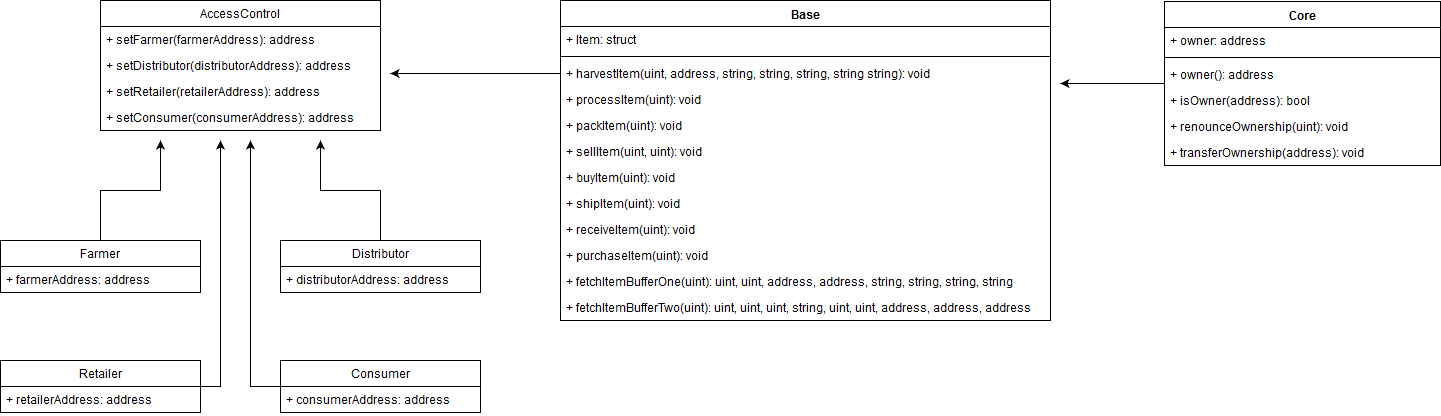
Above: UML/ClassDiagram.png in Phong-Hua/Fair-Trade-Coffee (draw.io), before the change. Source tidied: cells renumbered, new cells last; positions are measured from the earlier drawing's top-left corner, leaving out a move shared by most shapes. Its diagram source:
```xml
<mxGraphModel>
  <root>
    <mxCell id="0" />
    <mxCell id="1" parent="0" />
    <mxCell id="2" style="edgeStyle=orthogonalEdgeStyle;rounded=0;jettySize=auto;html=1;" parent="1" edge="1" source="3">
      <mxGeometry relative="1" as="geometry">
        <mxPoint x="160" y="140" as="targetPoint" />
      </mxGeometry>
    </mxCell>
    <mxCell id="3" value="Farmer" style="swimlane;fontStyle=0;horizontal=1;startSize=26;fillColor=none;" parent="1" vertex="1">
      <mxGeometry y="240" width="200" height="52" as="geometry" />
    </mxCell>
    <mxCell id="4" value="+ farmerAddress: address" style="text;strokeColor=none;fillColor=none;align=left;verticalAlign=top;spacingLeft=4;spacingRight=4;overflow=hidden;" parent="3" vertex="1">
      <mxGeometry y="26" width="200" height="26" as="geometry" />
    </mxCell>
    <mxCell id="5" style="edgeStyle=orthogonalEdgeStyle;rounded=0;jettySize=auto;html=1;" parent="1" edge="1" source="6">
      <mxGeometry relative="1" as="geometry">
        <mxPoint x="320" y="140" as="targetPoint" />
      </mxGeometry>
    </mxCell>
    <mxCell id="6" value="Distributor" style="swimlane;fontStyle=0;horizontal=1;startSize=26;fillColor=none;" parent="1" vertex="1">
      <mxGeometry x="280" y="240" width="200" height="52" as="geometry" />
    </mxCell>
    <mxCell id="7" value="+ distributorAddress: address" style="text;strokeColor=none;fillColor=none;align=left;verticalAlign=top;spacingLeft=4;spacingRight=4;overflow=hidden;" parent="6" vertex="1">
      <mxGeometry y="26" width="200" height="26" as="geometry" />
    </mxCell>
    <mxCell id="8" style="edgeStyle=orthogonalEdgeStyle;rounded=0;jettySize=auto;html=1;" parent="1" edge="1" source="9">
      <mxGeometry relative="1" as="geometry">
        <mxPoint x="220" y="140" as="targetPoint" />
      </mxGeometry>
    </mxCell>
    <mxCell id="9" value="Retailer" style="swimlane;fontStyle=0;horizontal=1;startSize=26;fillColor=none;" parent="1" vertex="1">
      <mxGeometry y="360" width="200" height="52" as="geometry" />
    </mxCell>
    <mxCell id="10" value="+ retailerAddress: address" style="text;strokeColor=none;fillColor=none;align=left;verticalAlign=top;spacingLeft=4;spacingRight=4;overflow=hidden;" parent="9" vertex="1">
      <mxGeometry y="26" width="200" height="26" as="geometry" />
    </mxCell>
    <mxCell id="11" style="edgeStyle=orthogonalEdgeStyle;rounded=0;jettySize=auto;html=1;" parent="1" edge="1" source="12">
      <mxGeometry relative="1" as="geometry">
        <mxPoint x="250" y="140" as="targetPoint" />
      </mxGeometry>
    </mxCell>
    <mxCell id="12" value="Consumer" style="swimlane;fontStyle=0;horizontal=1;startSize=26;fillColor=none;" parent="1" vertex="1">
      <mxGeometry x="280" y="360" width="200" height="52" as="geometry" />
    </mxCell>
    <mxCell id="13" value="+ consumerAddress: address" style="text;strokeColor=none;fillColor=none;align=left;verticalAlign=top;spacingLeft=4;spacingRight=4;overflow=hidden;" parent="12" vertex="1">
      <mxGeometry y="26" width="200" height="26" as="geometry" />
    </mxCell>
    <mxCell id="14" value="AccessControl" style="swimlane;fontStyle=0;horizontal=1;startSize=26;fillColor=none;" parent="1" vertex="1">
      <mxGeometry x="100" width="280" height="130" as="geometry" />
    </mxCell>
    <mxCell id="15" value="+ setFarmer(farmerAddress): address" style="text;strokeColor=none;fillColor=none;align=left;verticalAlign=top;spacingLeft=4;spacingRight=4;overflow=hidden;" parent="14" vertex="1">
      <mxGeometry y="26" width="280" height="26" as="geometry" />
    </mxCell>
    <mxCell id="16" value="+ setDistributor(distributorAddress): address" style="text;strokeColor=none;fillColor=none;align=left;verticalAlign=top;spacingLeft=4;spacingRight=4;overflow=hidden;" parent="14" vertex="1">
      <mxGeometry y="52" width="280" height="26" as="geometry" />
    </mxCell>
    <mxCell id="17" value="+ setRetailer(retailerAddress): address" style="text;strokeColor=none;fillColor=none;align=left;verticalAlign=top;spacingLeft=4;spacingRight=4;overflow=hidden;" parent="14" vertex="1">
      <mxGeometry y="78" width="280" height="26" as="geometry" />
    </mxCell>
    <mxCell id="18" value="+ setConsumer(consumerAddress): address" style="text;strokeColor=none;fillColor=none;align=left;verticalAlign=top;spacingLeft=4;spacingRight=4;overflow=hidden;" parent="14" vertex="1">
      <mxGeometry y="104" width="280" height="26" as="geometry" />
    </mxCell>
    <mxCell id="19" value="Base" style="swimlane;fontStyle=1;align=center;verticalAlign=top;horizontal=1;startSize=26;" parent="1" vertex="1">
      <mxGeometry x="560" width="490" height="320" as="geometry" />
    </mxCell>
    <mxCell id="20" value="+ Item: struct" style="text;strokeColor=none;fillColor=none;align=left;verticalAlign=top;spacingLeft=4;spacingRight=4;overflow=hidden;" parent="19" vertex="1">
      <mxGeometry y="26" width="490" height="26" as="geometry" />
    </mxCell>
    <mxCell id="21" style="line;strokeWidth=1;fillColor=none;align=left;verticalAlign=middle;spacingTop=-1;spacingLeft=3;spacingRight=3;labelPosition=right;" parent="19" vertex="1">
      <mxGeometry y="52" width="490" height="8" as="geometry" />
    </mxCell>
    <mxCell id="22" value="+ harvestItem(uint, address, string, string, string, string string): void" style="text;strokeColor=none;fillColor=none;align=left;verticalAlign=top;spacingLeft=4;spacingRight=4;overflow=hidden;points=[[0,0.5],[1,0.5]];portConstraint=eastwest;" parent="19" vertex="1">
      <mxGeometry y="60" width="490" height="26" as="geometry" />
    </mxCell>
    <mxCell id="23" value="+ processItem(uint): void" style="text;strokeColor=none;fillColor=none;align=left;verticalAlign=top;spacingLeft=4;spacingRight=4;overflow=hidden;" parent="19" vertex="1">
      <mxGeometry y="86" width="490" height="26" as="geometry" />
    </mxCell>
    <mxCell id="24" value="+ packItem(uint): void" style="text;strokeColor=none;fillColor=none;align=left;verticalAlign=top;spacingLeft=4;spacingRight=4;overflow=hidden;" parent="19" vertex="1">
      <mxGeometry y="112" width="490" height="26" as="geometry" />
    </mxCell>
    <mxCell id="25" value="+ sellItem(uint, uint): void" style="text;strokeColor=none;fillColor=none;align=left;verticalAlign=top;spacingLeft=4;spacingRight=4;overflow=hidden;" parent="19" vertex="1">
      <mxGeometry y="138" width="490" height="26" as="geometry" />
    </mxCell>
    <mxCell id="26" value="+ buyItem(uint): void" style="text;strokeColor=none;fillColor=none;align=left;verticalAlign=top;spacingLeft=4;spacingRight=4;overflow=hidden;" parent="19" vertex="1">
      <mxGeometry y="164" width="490" height="26" as="geometry" />
    </mxCell>
    <mxCell id="27" value="+ shipItem(uint): void" style="text;strokeColor=none;fillColor=none;align=left;verticalAlign=top;spacingLeft=4;spacingRight=4;overflow=hidden;" parent="19" vertex="1">
      <mxGeometry y="190" width="490" height="26" as="geometry" />
    </mxCell>
    <mxCell id="28" value="+ receiveItem(uint): void" style="text;strokeColor=none;fillColor=none;align=left;verticalAlign=top;spacingLeft=4;spacingRight=4;overflow=hidden;" parent="19" vertex="1">
      <mxGeometry y="216" width="490" height="26" as="geometry" />
    </mxCell>
    <mxCell id="29" value="+ purchaseItem(uint): void" style="text;strokeColor=none;fillColor=none;align=left;verticalAlign=top;spacingLeft=4;spacingRight=4;overflow=hidden;" parent="19" vertex="1">
      <mxGeometry y="242" width="490" height="26" as="geometry" />
    </mxCell>
    <mxCell id="30" value="+ fetchItemBufferOne(uint): uint, uint, address, address, string, string, string, string" style="text;strokeColor=none;fillColor=none;align=left;verticalAlign=top;spacingLeft=4;spacingRight=4;overflow=hidden;" parent="19" vertex="1">
      <mxGeometry y="268" width="490" height="26" as="geometry" />
    </mxCell>
    <mxCell id="31" value="+ fetchItemBufferTwo(uint): uint, uint, uint, string, uint, uint, address, address, address" style="text;strokeColor=none;fillColor=none;align=left;verticalAlign=top;spacingLeft=4;spacingRight=4;overflow=hidden;" parent="19" vertex="1">
      <mxGeometry y="294" width="490" height="26" as="geometry" />
    </mxCell>
    <mxCell id="32" style="edgeStyle=orthogonalEdgeStyle;rounded=0;jettySize=auto;html=1;" parent="1" edge="1" source="33">
      <mxGeometry relative="1" as="geometry">
        <mxPoint x="1060" y="83" as="targetPoint" />
      </mxGeometry>
    </mxCell>
    <mxCell id="33" value="Core" style="swimlane;fontStyle=1;align=center;verticalAlign=top;horizontal=1;startSize=26;" parent="1" vertex="1">
      <mxGeometry x="1164" y="1" width="276" height="164" as="geometry" />
    </mxCell>
    <mxCell id="34" value="+ owner: address" style="text;strokeColor=none;fillColor=none;align=left;verticalAlign=top;spacingLeft=4;spacingRight=4;overflow=hidden;" parent="33" vertex="1">
      <mxGeometry y="26" width="276" height="26" as="geometry" />
    </mxCell>
    <mxCell id="35" style="line;strokeWidth=1;fillColor=none;align=left;verticalAlign=middle;spacingTop=-1;spacingLeft=3;spacingRight=3;labelPosition=right;" parent="33" vertex="1">
      <mxGeometry y="52" width="276" height="8" as="geometry" />
    </mxCell>
    <mxCell id="36" value="+ owner(): address" style="text;strokeColor=none;fillColor=none;align=left;verticalAlign=top;spacingLeft=4;spacingRight=4;overflow=hidden;" parent="33" vertex="1">
      <mxGeometry y="60" width="276" height="26" as="geometry" />
    </mxCell>
    <mxCell id="37" value="+ isOwner(address): bool" style="text;strokeColor=none;fillColor=none;align=left;verticalAlign=top;spacingLeft=4;spacingRight=4;overflow=hidden;" parent="33" vertex="1">
      <mxGeometry y="86" width="276" height="26" as="geometry" />
    </mxCell>
    <mxCell id="38" value="+ renounceOwnership(uint): void" style="text;strokeColor=none;fillColor=none;align=left;verticalAlign=top;spacingLeft=4;spacingRight=4;overflow=hidden;" parent="33" vertex="1">
      <mxGeometry y="112" width="276" height="26" as="geometry" />
    </mxCell>
    <mxCell id="39" value="+ transferOwnership(address): void" style="text;strokeColor=none;fillColor=none;align=left;verticalAlign=top;spacingLeft=4;spacingRight=4;overflow=hidden;" parent="33" vertex="1">
      <mxGeometry y="138" width="276" height="26" as="geometry" />
    </mxCell>
    <mxCell id="40" style="edgeStyle=orthogonalEdgeStyle;rounded=0;jettySize=auto;html=1;" parent="1" edge="1" source="22">
      <mxGeometry relative="1" as="geometry">
        <mxPoint x="390" y="73" as="targetPoint" />
      </mxGeometry>
    </mxCell>
  </root>
</mxGraphModel>
```
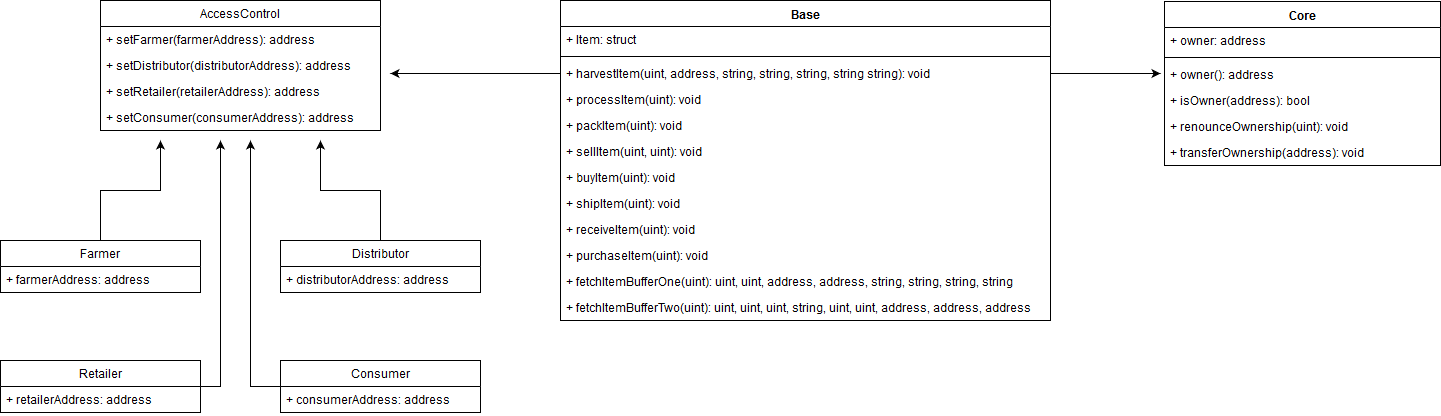
Later version of the same file.

What changed in the source:
```diff
@@ -100,11 +100,6 @@
     <mxCell id="31" value="+ fetchItemBufferTwo(uint): uint, uint, uint, string, uint, uint, address, address, address" style="text;strokeColor=none;fillColor=none;align=left;verticalAlign=top;spacingLeft=4;spacingRight=4;overflow=hidden;" parent="19" vertex="1">
       <mxGeometry y="294" width="490" height="26" as="geometry" />
     </mxCell>
-    <mxCell id="32" style="edgeStyle=orthogonalEdgeStyle;rounded=0;jettySize=auto;html=1;" parent="1" edge="1" source="33">
-      <mxGeometry relative="1" as="geometry">
-        <mxPoint x="1060" y="83" as="targetPoint" />
-      </mxGeometry>
-    </mxCell>
     <mxCell id="33" value="Core" style="swimlane;fontStyle=1;align=center;verticalAlign=top;horizontal=1;startSize=26;" parent="1" vertex="1">
       <mxGeometry x="1164" y="1" width="276" height="164" as="geometry" />
     </mxCell>
@@ -131,5 +126,10 @@
         <mxPoint x="390" y="73" as="targetPoint" />
       </mxGeometry>
     </mxCell>
+    <mxCell id="41" style="edgeStyle=orthogonalEdgeStyle;rounded=0;jettySize=auto;html=1;exitX=1;exitY=0.5;exitDx=0;exitDy=0;" parent="1" edge="1" source="22">
+      <mxGeometry relative="1" as="geometry">
+        <mxPoint x="1160" y="73" as="targetPoint" />
+      </mxGeometry>
+    </mxCell>
   </root>
 </mxGraphModel>
```
